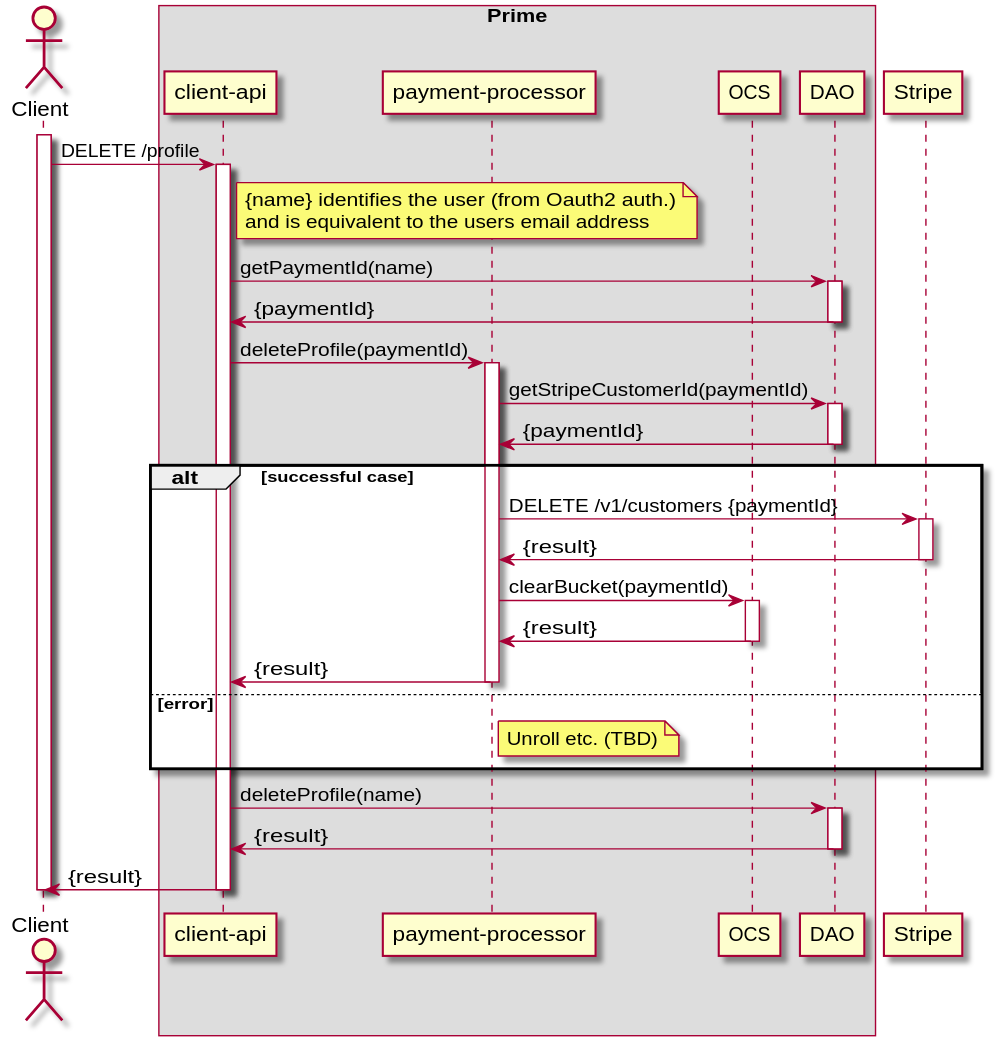
ostelco/ostelco-core keeps this PlantUML diagram as payment-processor/doc/diagrams/delete-subscription.svg. Above is the earlier version.
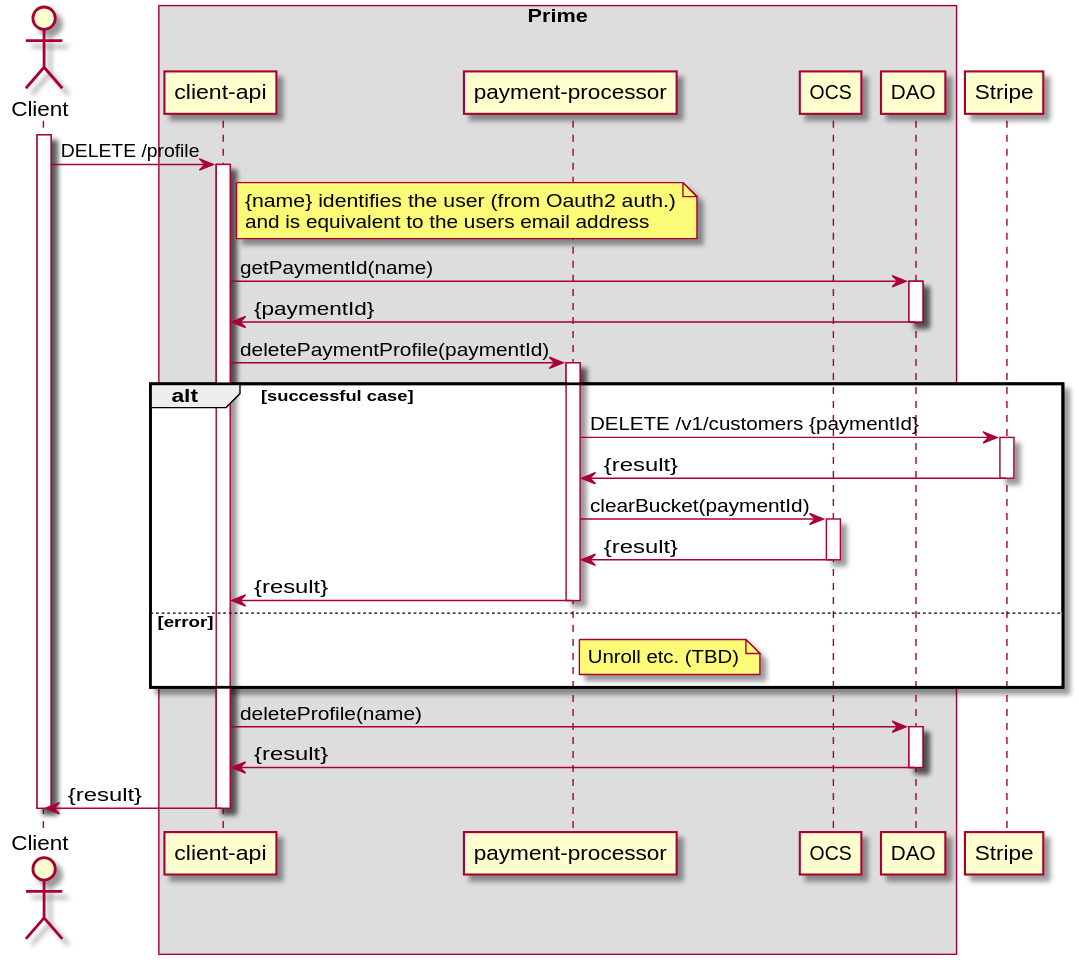
After the change.

Diff of the diagram source:
```diff
@@ -25,30 +25,25 @@
     DAO -> "client-api" : {paymentId}
     deactivate DAO
 
-    "client-api" -> "payment-processor" : deleteProfile(paymentId)
+    "client-api" -> "payment-processor" : deletePaymentProfile(paymentId)
     activate "payment-processor"
 
-    "payment-processor" -> DAO : getStripeCustomerId(paymentId)
-    activate DAO
-    DAO -> "payment-processor" : {paymentId}
-    deactivate DAO
-
     alt successful case
-       "payment-processor" -> Stripe : DELETE /v1/customers {paymentId}
-       activate Stripe
-       "Stripe" -> "payment-processor" : {result}
-       deactivate Stripe
+        "payment-processor" -> Stripe : DELETE /v1/customers {paymentId}
+        activate Stripe
+        "Stripe" -> "payment-processor" : {result}
+        deactivate Stripe
 
         "payment-processor" -> OCS : clearBucket(paymentId)
         activate OCS
         OCS -> "payment-processor" : {result}
         deactivate OCS
 
-       "payment-processor" -> "client-api" : {result}
-       deactivate "payment-processor"
+        "payment-processor" -> "client-api" : {result}
+        deactivate "payment-processor"
 
     else error
-       note right of "payment-processor" : Unroll etc. (TBD)
+        note right of "payment-processor" : Unroll etc. (TBD)
 
     end
 
```
